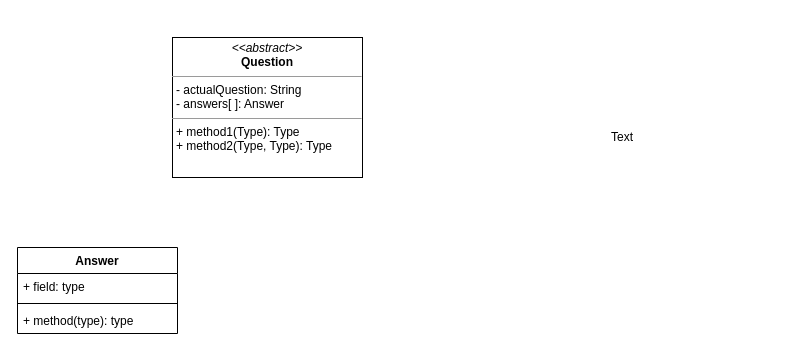
Above: model.drawio in Robert-0410/360GroupProject (draw.io), before the change. Source tidied: cells renumbered, new cells numbered last; positions are measured from the earlier drawing's top-left corner, leaving out a move shared by most shapes. Both pictures are drawn from the tidied source at 100%, with x=0, y=0 at pixel (17, 37).
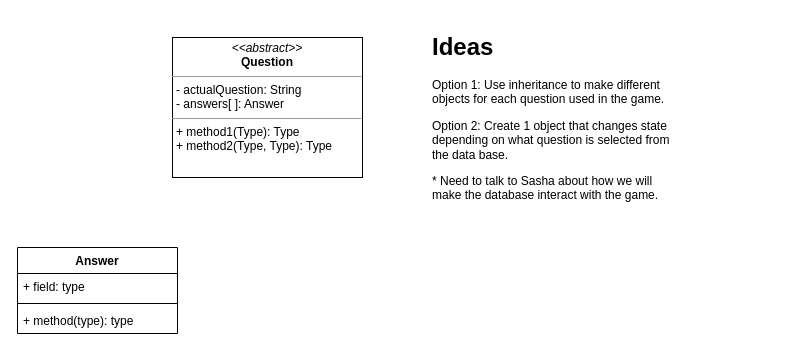
The same diagram, later.

The edit, as a diff of the source:
```diff
@@
 <mxGraphModel>
   <root>
     <mxCell id="0" />
     <mxCell id="1" parent="0" />
     <mxCell id="2" value="Answer" style="swimlane;fontStyle=1;align=center;verticalAlign=top;horizontal=1;startSize=26;" parent="1" vertex="1">
       <mxGeometry y="210" width="160" height="86" as="geometry" />
     </mxCell>
     <mxCell id="3" value="+ field: type" style="text;strokeColor=none;fillColor=none;align=left;verticalAlign=top;spacingLeft=4;spacingRight=4;overflow=hidden;" parent="2" vertex="1">
       <mxGeometry y="26" width="160" height="26" as="geometry" />
     </mxCell>
     <mxCell id="4" style="line;strokeWidth=1;fillColor=none;align=left;verticalAlign=middle;spacingTop=-1;spacingLeft=3;spacingRight=3;labelPosition=right;" parent="2" vertex="1">
       <mxGeometry y="52" width="160" height="8" as="geometry" />
     </mxCell>
     <mxCell id="5" value="+ method(type): type" style="text;strokeColor=none;fillColor=none;align=left;verticalAlign=top;spacingLeft=4;spacingRight=4;overflow=hidden;" parent="2" vertex="1">
       <mxGeometry y="60" width="160" height="26" as="geometry" />
     </mxCell>
     <mxCell id="6" value="&lt;p style=&quot;margin: 0px ; margin-top: 4px ; text-align: center&quot;&gt;&lt;i&gt;&amp;lt;&amp;lt;abstract&amp;gt;&amp;gt;&lt;/i&gt;&lt;br&gt;&lt;b&gt;Question&lt;/b&gt;&lt;/p&gt;&lt;hr size=&quot;1&quot;&gt;&lt;p style=&quot;margin: 0px ; margin-left: 4px&quot;&gt;- actualQuestion: String&lt;br&gt;- answers[ ]: Answer&lt;/p&gt;&lt;hr size=&quot;1&quot;&gt;&lt;p style=&quot;margin: 0px ; margin-left: 4px&quot;&gt;+ method1(Type): Type&lt;br&gt;+ method2(Type, Type): Type&lt;/p&gt;" style="verticalAlign=top;align=left;overflow=fill;fontSize=12;fontFamily=Helvetica;html=1;" parent="1" vertex="1">
       <mxGeometry x="155" width="190" height="140" as="geometry" />
     </mxCell>
-    <mxCell id="7" value="Text" style="text;html=1;strokeColor=none;fillColor=none;align=center;verticalAlign=middle;whiteSpace=wrap;rounded=0;" parent="1" vertex="1">
-      <mxGeometry x="450" width="310" height="200" as="geometry" />
-    </mxCell>
+    <mxCell id="8" value="&lt;h1&gt;Ideas&lt;/h1&gt;&lt;p&gt;Option 1: Use inheritance to make different objects for each question used in the game.&lt;/p&gt;&lt;p&gt;Option 2: Create 1 object that changes state depending on what question is selected from the data base.&lt;/p&gt;&lt;p&gt;* Need to talk to Sasha about how we will make the database interact with the game.&lt;/p&gt;" style="text;html=1;strokeColor=none;fillColor=none;spacing=5;spacingTop=-20;whiteSpace=wrap;overflow=hidden;rounded=0;" parent="1" vertex="1">
+      <mxGeometry x="410" y="-10" width="250" height="210" as="geometry" />
+    </mxCell>
   </root>
 </mxGraphModel>
```
